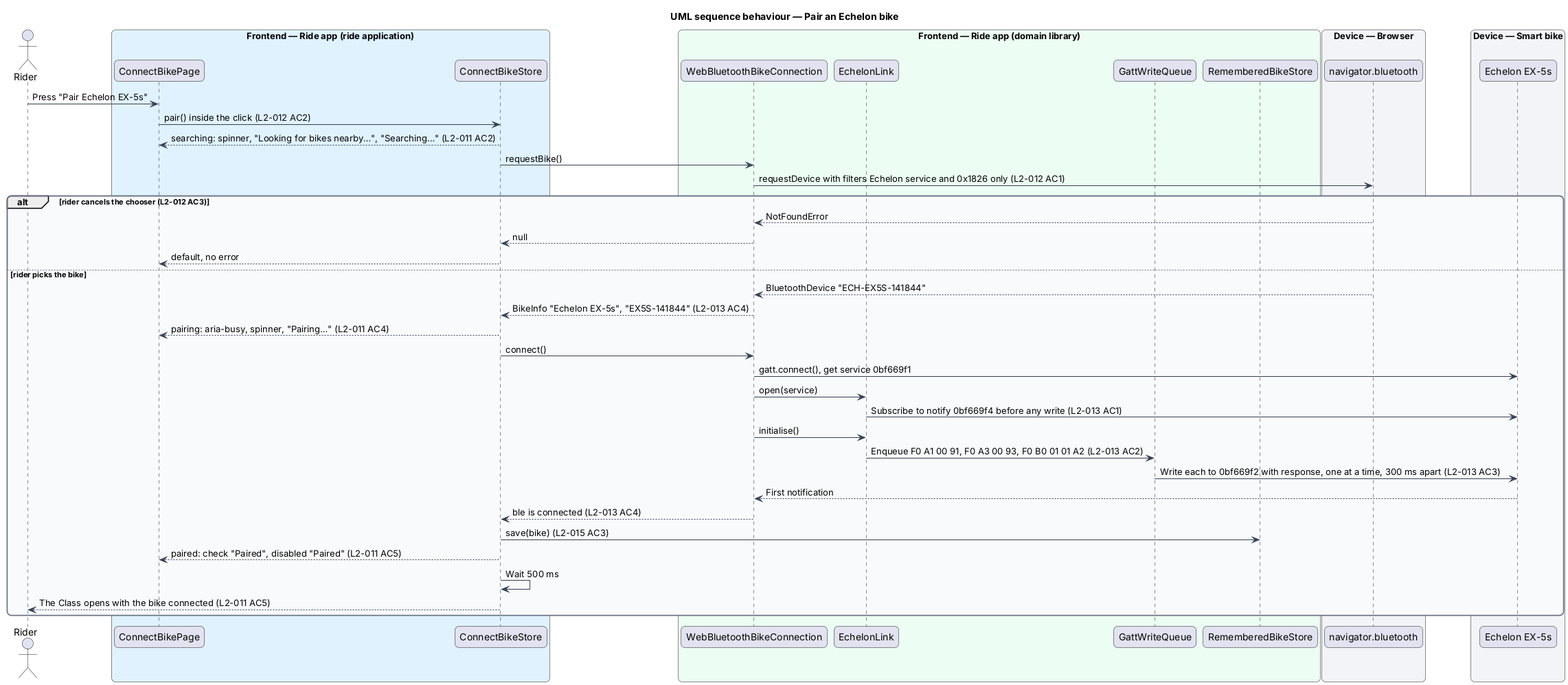
Above: docs/detailed-designs/bike/connect-a-bike/diagrams/sequence-pair-an-echelon-bike.png in QuinntyneBrown/ride-one (PlantUML), before the change. Source of this version:
```plantuml
@startuml
title UML sequence behaviour — Pair an Echelon bike
skinparam backgroundColor #FFFFFF
skinparam shadowing false
skinparam roundcorner 12
skinparam defaultFontName Arial
skinparam ArrowColor #344054
skinparam rectangle {
  BorderColor #344054
  FontColor #101828
}
skinparam package {
  BorderColor #667085
  FontColor #101828
  BackgroundColor #F9FAFB
}
actor "Rider" as rider
box "Frontend — Ride app (ride application)" #E0F2FE
  participant "ConnectBikePage" as page
  participant "ConnectBikeStore" as store
end box
box "Frontend — Ride app (domain library)" #ECFDF3
  participant "WebBluetoothBikeConnection" as conn
  participant "EchelonLink" as link
  participant "GattWriteQueue" as queue
  participant "RememberedBikeStore" as remembered
end box
box "Device — Browser" #F2F4F7
  participant "navigator.bluetooth" as bt
end box
box "Device — Smart bike" #F2F4F7
  participant "Echelon EX-5s" as bike
end box
rider -> page : Press "Pair Echelon EX-5s"
page -> store : pair() inside the click (L2-012 AC2)
store --> page : searching: spinner, "Looking for bikes nearby…", "Searching…" (L2-011 AC2)
store -> conn : requestBike()
conn -> bt : requestDevice with filters Echelon service and 0x1826 only (L2-012 AC1)
alt rider cancels the chooser (L2-012 AC3)
  bt --> conn : NotFoundError
  conn --> store : null
  store --> page : default, no error
else rider picks the bike
  bt --> conn : BluetoothDevice "ECH-EX5S-141844"
  conn --> store : BikeInfo "Echelon EX-5s", "EX5S-141844" (L2-013 AC4)
  store --> page : pairing: aria-busy, spinner, "Pairing…" (L2-011 AC4)
  store -> conn : connect()
  conn -> bike : gatt.connect(), get service 0bf669f1
  conn -> link : open(service)
  link -> bike : Subscribe to notify 0bf669f4 before any write (L2-013 AC1)
  conn -> link : initialise()
  link -> queue : Enqueue F0 A1 00 91, F0 A3 00 93, F0 B0 01 01 A2 (L2-013 AC2)
  queue -> bike : Write each to 0bf669f2 with response, one at a time, 300 ms apart (L2-013 AC3)
  bike --> conn : First notification
  conn --> store : ble is connected (L2-013 AC4)
  store -> remembered : save(bike) (L2-015 AC3)
  store --> page : paired: check "Paired", disabled "Paired" (L2-011 AC5)
  store -> store : Wait 500 ms
  store --> rider : The Class opens with the bike connected (L2-011 AC5)
end
@enduml
```
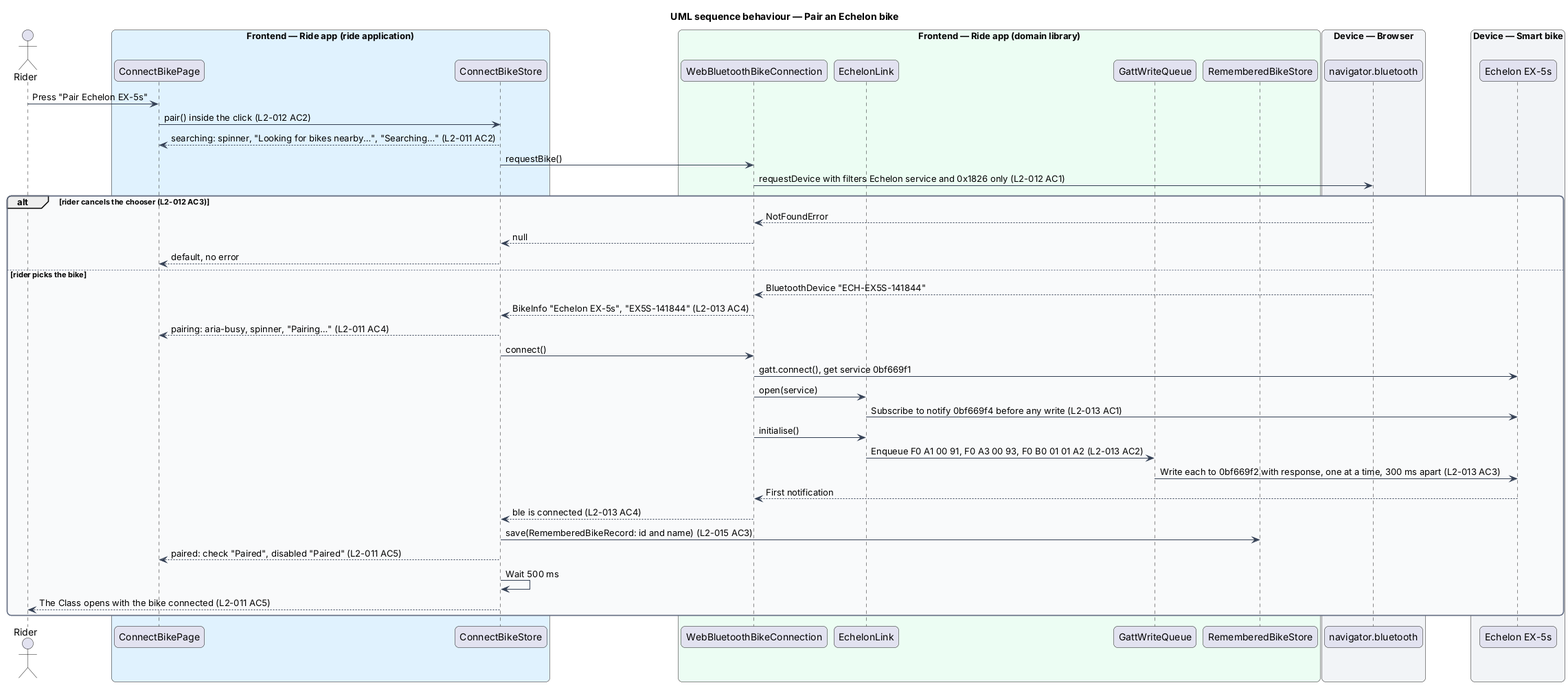
Above is the later version.

The edit, as a diff of the source:
```diff
@@ -53,7 +53,7 @@
   queue -> bike : Write each to 0bf669f2 with response, one at a time, 300 ms apart (L2-013 AC3)
   bike --> conn : First notification
   conn --> store : ble is connected (L2-013 AC4)
-  store -> remembered : save(bike) (L2-015 AC3)
+  store -> remembered : save(RememberedBikeRecord: id and name) (L2-015 AC3)
   store --> page : paired: check "Paired", disabled "Paired" (L2-011 AC5)
   store -> store : Wait 500 ms
   store --> rider : The Class opens with the bike connected (L2-011 AC5)
```
